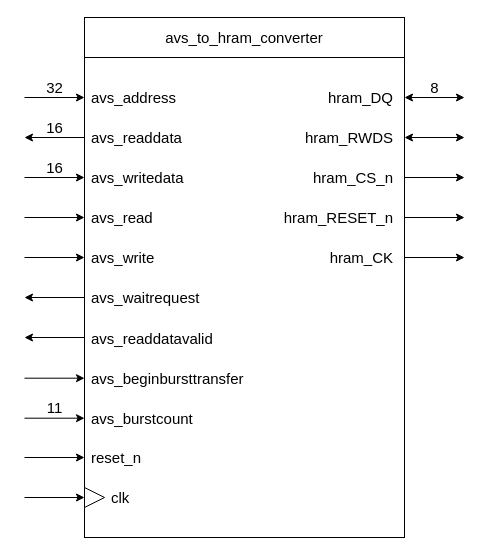
Above: page "OUTLINE" (1 of 8) of hyperram_system/ip/avs_to_hram_converter/schematics/avs_to_hram_converter.drawio in AndreaBononi/Intel_Cyclone10LP_systems (draw.io), before the change. Source tidied: cells renumbered, new cells numbered last; positions are measured from the earlier drawing's top-left corner, leaving out a move shared by most shapes. Both pictures are drawn from the tidied source at 100%, with x=0, y=0 at pixel (24, 17).
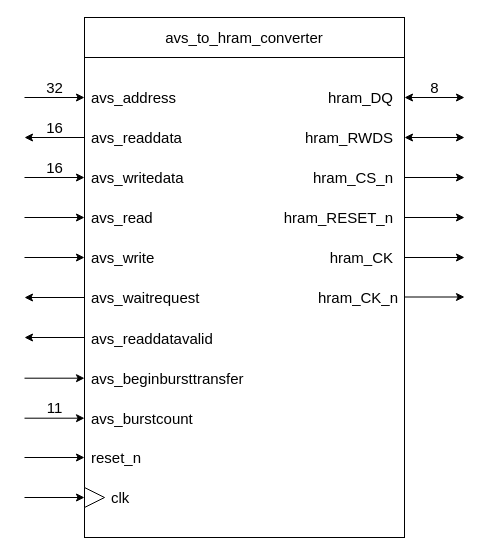
The same diagram, later.

Change to the diagram source:
```diff
@@
+    <mxCell id="42" value="hram_CK_n" style="text;html=1;align=right;verticalAlign=middle;strokeColor=none;fillColor=none;fontSize=15;" parent="1" vertex="1">
+      <mxGeometry x="275" y="265" width="100" height="30" as="geometry" />
+    </mxCell>
+    <mxCell id="43" style="endArrow=classic;html=1;rounded=0;fontSize=15;" parent="1" edge="1">
+      <mxGeometry relative="1" as="geometry">
+        <mxPoint x="380" y="279.5" as="sourcePoint" />
+        <mxPoint x="440" y="279.5" as="targetPoint" />
+      </mxGeometry>
+    </mxCell>
```
